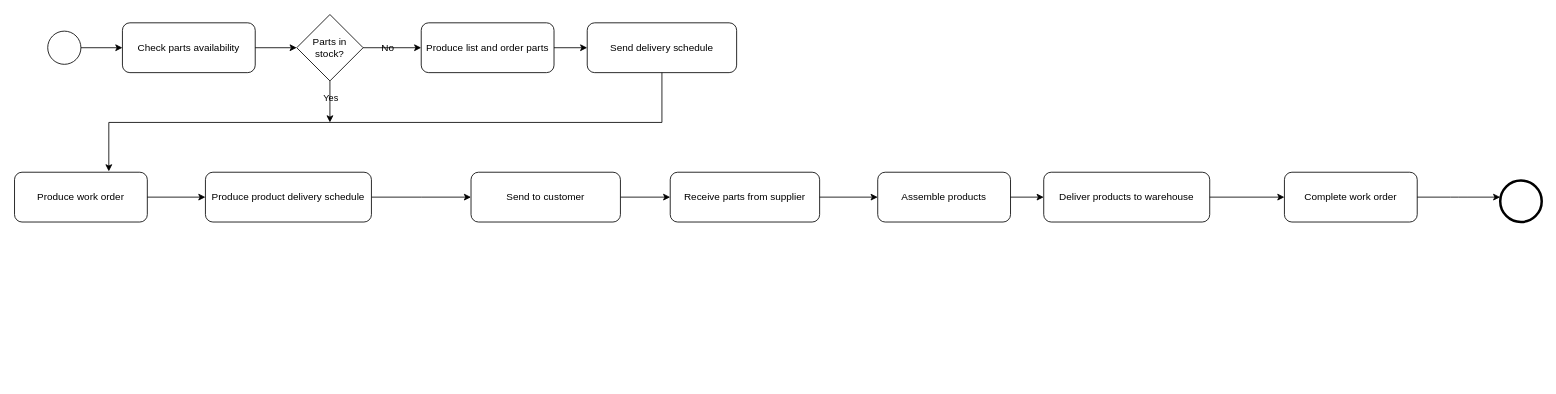
This is exercise2.drawio from zft666zft/enterprise-system-architecture, a draw.io file, before an edit. Source tidied: cells renumbered, new cells numbered last; positions are measured from the earlier drawing's top-left corner, leaving out a move shared by most shapes. Both pictures are drawn from the tidied source at 83%, with x=0, y=0 at pixel (14, 14).
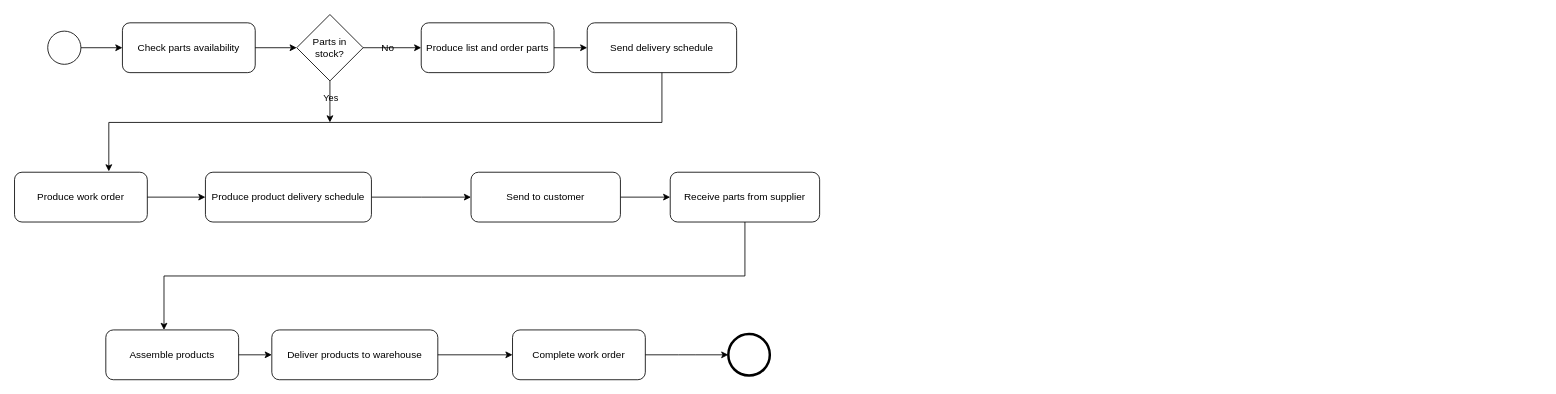
After the change.

The change refers to these unchanged cells:
```xml
<mxCell id="18" value="Receive parts from supplier" style="rounded=1;whiteSpace=wrap;html=1;fontSize=12;" parent="1" vertex="1">
  <mxGeometry x="790" y="190" width="180" height="60" as="geometry" />
</mxCell>
```

What changed in the source:
```diff
@@
+    <mxCell id="20" style="rounded=0;jettySize=auto;html=1;edgeStyle=elbowEdgeStyle;elbow=vertical;entryX=0.438;entryY=0;entryDx=0;entryDy=0;entryPerimeter=0;" parent="1" edge="1" source="18" target="19">
+      <mxGeometry relative="1" as="geometry" />
+    </mxCell>
@@
     <mxCell id="19" value="Assemble products" style="rounded=1;whiteSpace=wrap;html=1;fontSize=12;" parent="1" vertex="1">
-      <mxGeometry x="1040" y="190" width="160" height="60" as="geometry" />
+      <mxGeometry x="110" y="380" width="160" height="60" as="geometry" />
     </mxCell>
-    <mxCell id="20" style="edgeStyle=orthogonalEdgeStyle;html=1;" parent="1" edge="1" source="18" target="19">
-      <mxGeometry relative="1" as="geometry" />
-    </mxCell>
     <mxCell id="21" value="Deliver products to warehouse" style="rounded=1;whiteSpace=wrap;html=1;fontSize=12;" parent="1" vertex="1">
-      <mxGeometry x="1240" y="190" width="200" height="60" as="geometry" />
+      <mxGeometry x="310" y="380" width="200" height="60" as="geometry" />
     </mxCell>
@@
     <mxCell id="23" value="Complete work order" style="rounded=1;whiteSpace=wrap;html=1;fontSize=12;" parent="1" vertex="1">
-      <mxGeometry x="1530" y="190" width="160" height="60" as="geometry" />
+      <mxGeometry x="600" y="380" width="160" height="60" as="geometry" />
     </mxCell>
@@
     <mxCell id="25" style="edgeStyle=orthogonalEdgeStyle;html=1;" parent="1" edge="1" source="23">
       <mxGeometry relative="1" as="geometry">
-        <mxPoint x="1790" y="220" as="targetPoint" />
+        <mxPoint x="860" y="410" as="targetPoint" />
       </mxGeometry>
     </mxCell>
@@
     <mxCell id="30" style="shape=mxgraph.bpmn.event;html=1;verticalLabelPosition=bottom;labelBackgroundColor=#ffffff;verticalAlign=top;align=center;perimeter=ellipsePerimeter;outline=end;symbol=terminate2;" parent="1" vertex="1">
-      <mxGeometry x="1790" y="200" width="50" height="50" as="geometry" />
+      <mxGeometry x="860" y="385" width="50" height="50" as="geometry" />
     </mxCell>
```
